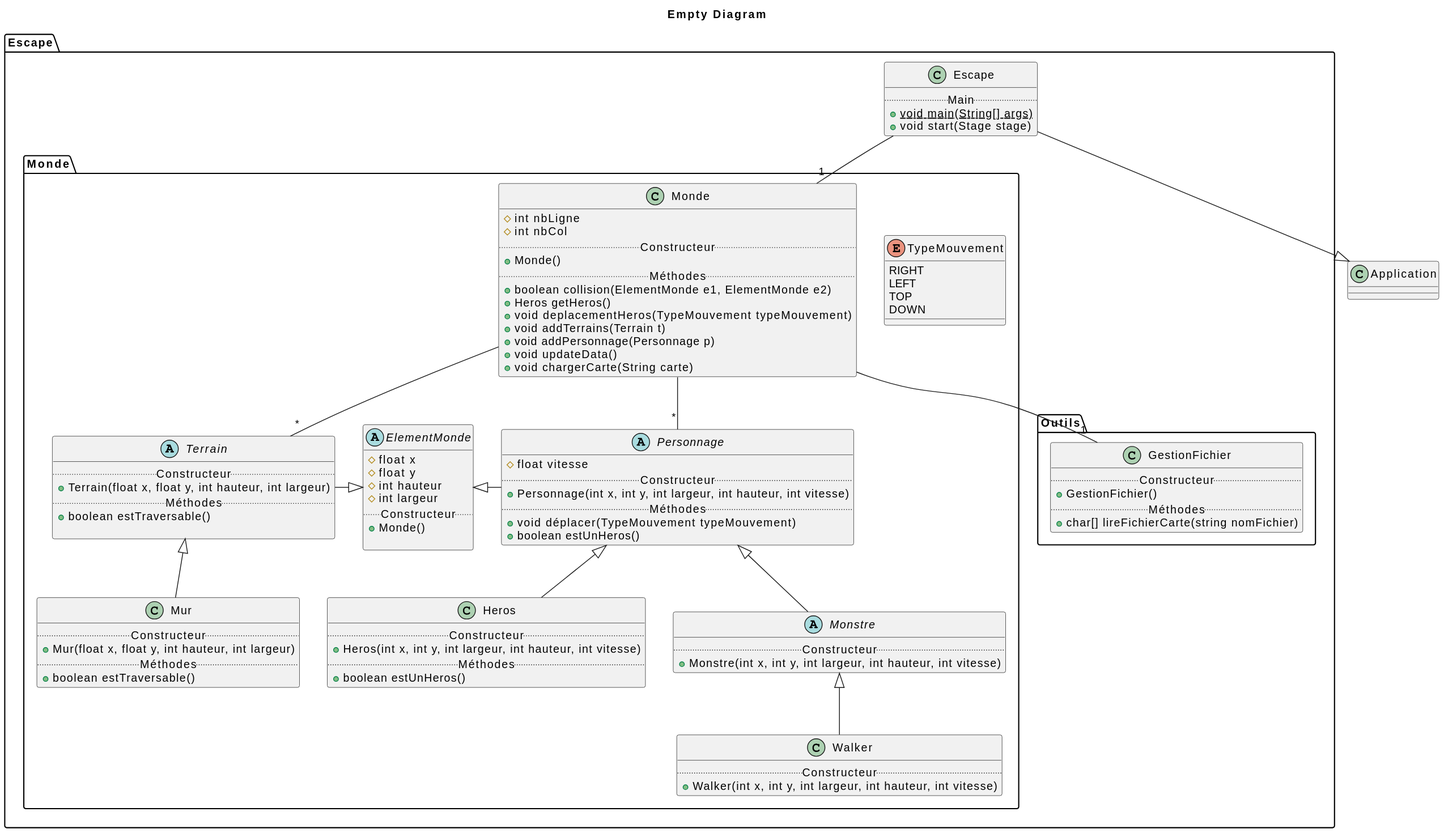
victord54/escape keeps this PlantUML diagram as docs/sprints/0/uml/class-diagram.svg. Above is the earlier version.
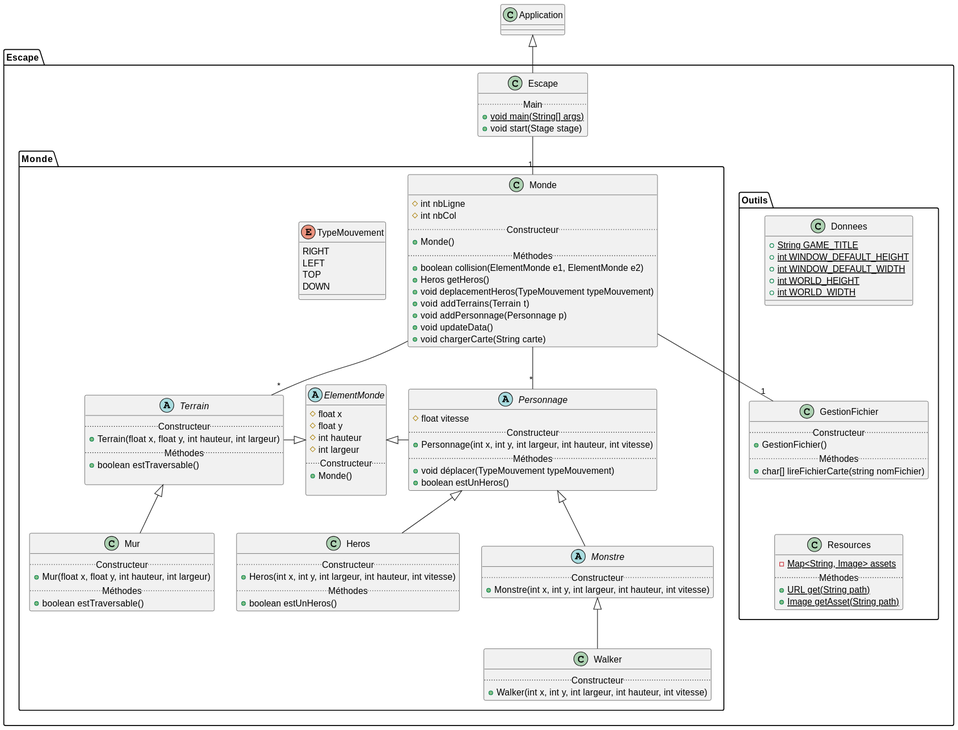
Later version of the same file.

Commit message:
diag class outils

The edit, as a diff of the source:
```diff
@@ -1,6 +1,4 @@
 @startuml
-title Empty Diagram
-
 package Escape{
 
   package Monde {
@@ -85,11 +83,26 @@
   }
 
   package Outils {
+    class Donnees {
+        + {static} String GAME_TITLE
+        + {static} int WINDOW_DEFAULT_HEIGHT
+        + {static} int WINDOW_DEFAULT_WIDTH
+        + {static} int WORLD_HEIGHT
+        + {static} int WORLD_WIDTH
+    }
+
     class GestionFichier {
         ..Constructeur..
         + GestionFichier()
         ..Méthodes..
         + char[] lireFichierCarte(string nomFichier)
+    }
+
+    class Resources {
+        - {static} Map<String, Image> assets
+        ..Méthodes..
+        + {static} URL get(String path)
+        + {static} Image getAsset(String path)
     }
   }
 }
@@ -104,7 +117,7 @@
 
 Terrain -right-|> ElementMonde
 Mur -up-|> Terrain
-Escape.Escape --|> Application
+Escape.Escape -up-|> Application
 
 
 Escape.Monde.Monde -- "*" Personnage
@@ -112,4 +125,8 @@
 
 
 Escape.Monde.Monde -- "1" GestionFichier
+
+Resources -[hidden]up-> GestionFichier
+GestionFichier -[hidden]up-> Donnees
+TypeMouvement -[hidden]right-> Escape.Monde.Monde
 @enduml
```
